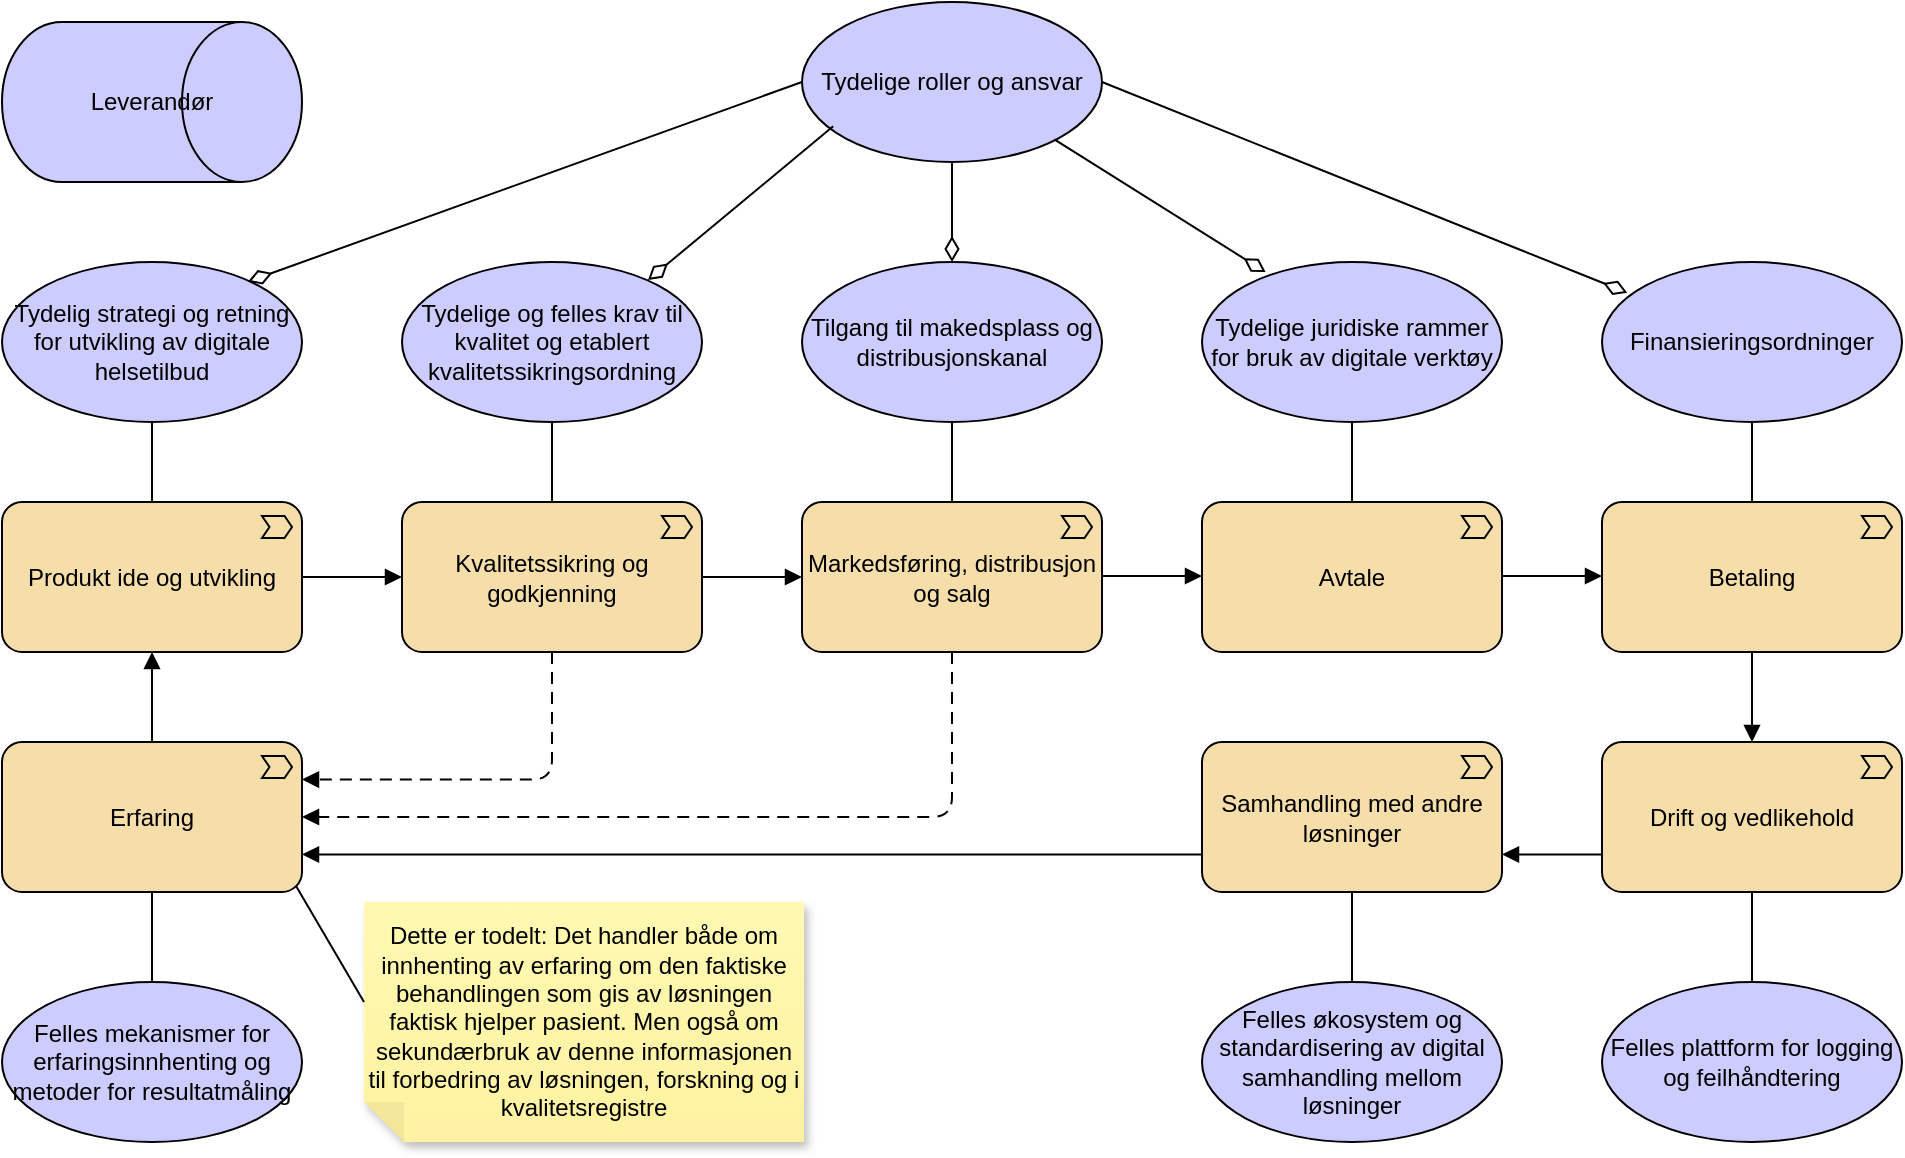
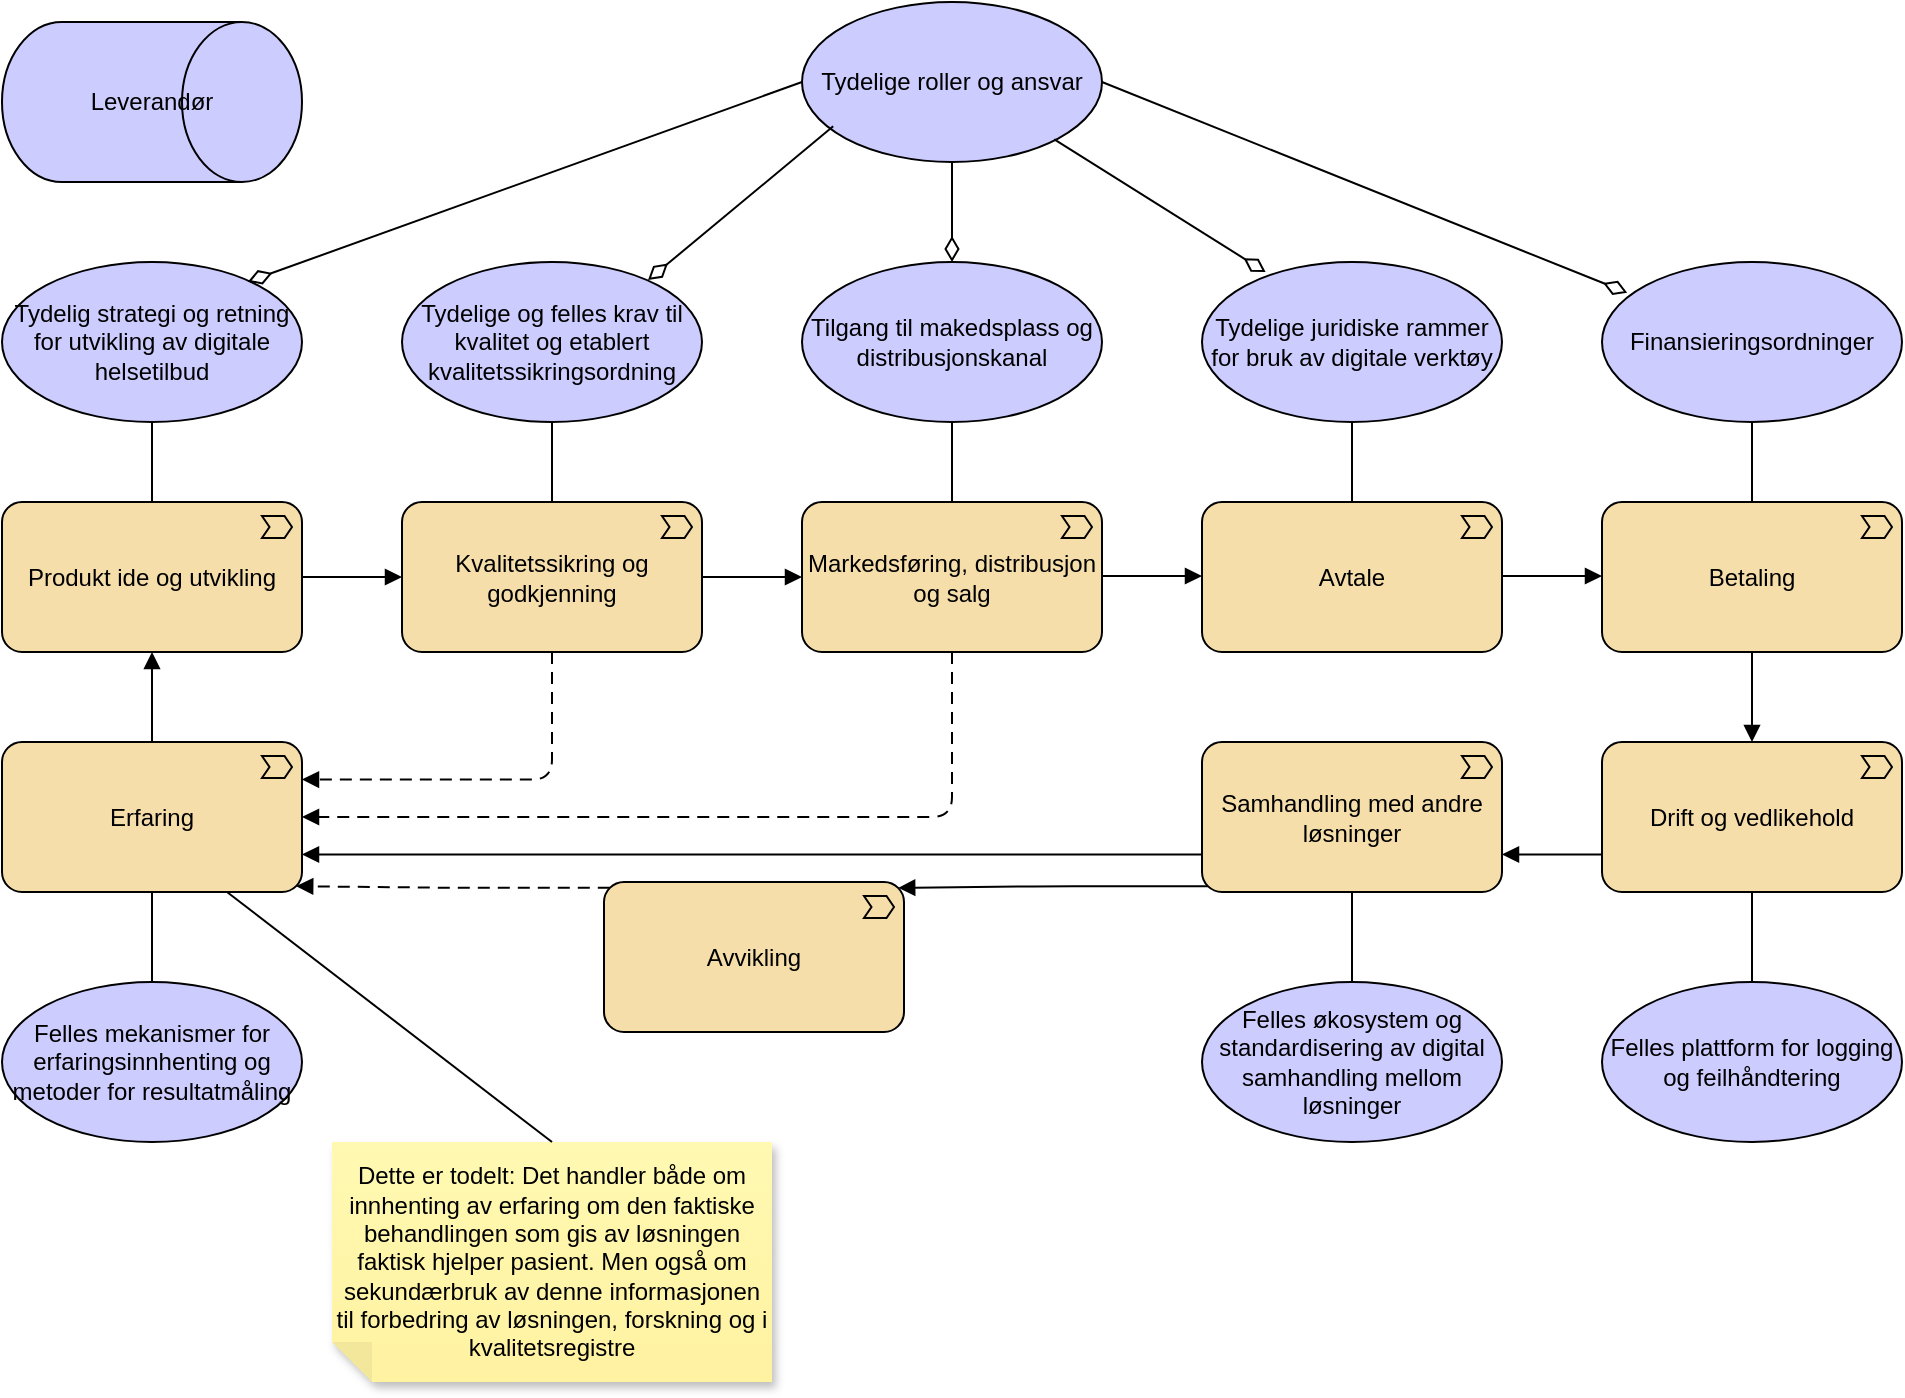
<mxfile host="65bd71144e">
    <diagram id="GwMaOcinR9aT1UnFt0KR" name="value-chain-produktutvikling">
-         <mxGraphModel dx="2158" dy="1678" grid="1" gridSize="10" guides="1" tooltips="1" connect="1" arrows="1" fold="1" page="1" pageScale="1" pageWidth="1169" pageHeight="827" math="0" shadow="0">
+         <mxGraphModel dx="980" dy="1540" grid="1" gridSize="10" guides="1" tooltips="1" connect="1" arrows="1" fold="1" page="1" pageScale="1" pageWidth="1169" pageHeight="827" math="0" shadow="0">
            <root>
                <mxCell id="0"/>
                <mxCell id="1" parent="0"/>
                <mxCell id="2" value="Produkt ide og utvikling" style="html=1;outlineConnect=0;whiteSpace=wrap;fillColor=#F5DEAA;shape=mxgraph.archimate3.application;appType=valueStream;archiType=rounded;" parent="1" vertex="1">
                    <mxGeometry x="19" y="160" width="150" height="75" as="geometry"/>
                </mxCell>
                <mxCell id="3" value="Kvalitetssikring og godkjenning" style="html=1;outlineConnect=0;whiteSpace=wrap;fillColor=#F5DEAA;shape=mxgraph.archimate3.application;appType=valueStream;archiType=rounded;" parent="1" vertex="1">
                    <mxGeometry x="219" y="160" width="150" height="75" as="geometry"/>
                </mxCell>
                <mxCell id="5" value="Markedsføring, distribusjon og salg" style="html=1;outlineConnect=0;whiteSpace=wrap;fillColor=#F5DEAA;shape=mxgraph.archimate3.application;appType=valueStream;archiType=rounded;" parent="1" vertex="1">
                    <mxGeometry x="419" y="160" width="150" height="75" as="geometry"/>
                </mxCell>
                <mxCell id="6" value="Avtale" style="html=1;outlineConnect=0;whiteSpace=wrap;fillColor=#F5DEAA;shape=mxgraph.archimate3.application;appType=valueStream;archiType=rounded;" parent="1" vertex="1">
                    <mxGeometry x="619" y="160" width="150" height="75" as="geometry"/>
                </mxCell>
                <mxCell id="7" value="Betaling" style="html=1;outlineConnect=0;whiteSpace=wrap;fillColor=#F5DEAA;shape=mxgraph.archimate3.application;appType=valueStream;archiType=rounded;" parent="1" vertex="1">
                    <mxGeometry x="819" y="160" width="150" height="75" as="geometry"/>
                </mxCell>
                <mxCell id="8" value="Drift og vedlikehold" style="html=1;outlineConnect=0;whiteSpace=wrap;fillColor=#F5DEAA;shape=mxgraph.archimate3.application;appType=valueStream;archiType=rounded;" parent="1" vertex="1">
                    <mxGeometry x="819" y="280" width="150" height="75" as="geometry"/>
                </mxCell>
                <mxCell id="9" value="Erfaring" style="html=1;outlineConnect=0;whiteSpace=wrap;fillColor=#F5DEAA;shape=mxgraph.archimate3.application;appType=valueStream;archiType=rounded;" parent="1" vertex="1">
                    <mxGeometry x="19" y="280" width="150" height="75" as="geometry"/>
                </mxCell>
                <mxCell id="10" value="" style="edgeStyle=orthogonalEdgeStyle;html=1;endArrow=block;dashed=0;elbow=vertical;endFill=1;exitX=1;exitY=0.5;exitDx=0;exitDy=0;exitPerimeter=0;entryX=0;entryY=0.5;entryDx=0;entryDy=0;entryPerimeter=0;" parent="1" source="2" target="3" edge="1">
                    <mxGeometry width="160" relative="1" as="geometry">
                        <mxPoint x="329" y="215" as="sourcePoint"/>
                        <mxPoint x="409" y="340" as="targetPoint"/>
                    </mxGeometry>
                </mxCell>
                <mxCell id="11" value="" style="html=1;endArrow=block;dashed=0;elbow=vertical;endFill=1;exitX=1;exitY=0.5;exitDx=0;exitDy=0;exitPerimeter=0;entryX=0;entryY=0.5;entryDx=0;entryDy=0;entryPerimeter=0;" parent="1" source="3" target="5" edge="1">
                    <mxGeometry width="160" relative="1" as="geometry">
                        <mxPoint x="179" y="208" as="sourcePoint"/>
                        <mxPoint x="229" y="208" as="targetPoint"/>
                    </mxGeometry>
                </mxCell>
                <mxCell id="12" value="" style="html=1;endArrow=block;dashed=0;elbow=vertical;endFill=1;exitX=1;exitY=0.5;exitDx=0;exitDy=0;exitPerimeter=0;entryX=0;entryY=0.5;entryDx=0;entryDy=0;entryPerimeter=0;" parent="1" edge="1">
                    <mxGeometry width="160" relative="1" as="geometry">
                        <mxPoint x="569" y="197" as="sourcePoint"/>
                        <mxPoint x="619" y="197" as="targetPoint"/>
                    </mxGeometry>
                </mxCell>
                <mxCell id="13" value="" style="html=1;endArrow=block;dashed=0;elbow=vertical;endFill=1;exitX=1;exitY=0.5;exitDx=0;exitDy=0;exitPerimeter=0;entryX=0;entryY=0.5;entryDx=0;entryDy=0;entryPerimeter=0;" parent="1" edge="1">
                    <mxGeometry width="160" relative="1" as="geometry">
                        <mxPoint x="769" y="197" as="sourcePoint"/>
                        <mxPoint x="819" y="197" as="targetPoint"/>
                    </mxGeometry>
                </mxCell>
                <mxCell id="14" value="" style="html=1;endArrow=block;dashed=0;elbow=vertical;endFill=1;exitX=0.5;exitY=1;exitDx=0;exitDy=0;exitPerimeter=0;entryX=0.5;entryY=0;entryDx=0;entryDy=0;entryPerimeter=0;" parent="1" source="7" target="8" edge="1">
                    <mxGeometry width="160" relative="1" as="geometry">
                        <mxPoint x="889" y="250" as="sourcePoint"/>
                        <mxPoint x="939" y="250" as="targetPoint"/>
                    </mxGeometry>
                </mxCell>
                <mxCell id="15" value="" style="html=1;endArrow=block;dashed=0;elbow=vertical;endFill=1;exitX=0;exitY=0.75;exitDx=0;exitDy=0;exitPerimeter=0;entryX=1;entryY=0.75;entryDx=0;entryDy=0;entryPerimeter=0;" parent="1" source="25" target="9" edge="1">
                    <mxGeometry width="160" relative="1" as="geometry">
                        <mxPoint x="409" y="238" as="sourcePoint"/>
                        <mxPoint x="459" y="238" as="targetPoint"/>
                    </mxGeometry>
                </mxCell>
                <mxCell id="16" value="" style="html=1;endArrow=block;dashed=0;elbow=vertical;endFill=1;exitX=0.5;exitY=0;exitDx=0;exitDy=0;exitPerimeter=0;entryX=0.5;entryY=1;entryDx=0;entryDy=0;entryPerimeter=0;" parent="1" source="9" target="2" edge="1">
                    <mxGeometry width="160" relative="1" as="geometry">
                        <mxPoint x="419" y="248" as="sourcePoint"/>
                        <mxPoint x="469" y="248" as="targetPoint"/>
                    </mxGeometry>
                </mxCell>
                <mxCell id="19" value="Tydelig strategi og retning for utvikling av digitale helsetilbud" style="shape=ellipse;html=1;whiteSpace=wrap;fillColor=#CCCCFF;" parent="1" vertex="1">
                    <mxGeometry x="19" y="40" width="150" height="80" as="geometry"/>
                </mxCell>
                <mxCell id="20" value="Tydelige og felles krav til kvalitet og etablert kvalitetssikringsordning" style="shape=ellipse;html=1;whiteSpace=wrap;fillColor=#CCCCFF;" parent="1" vertex="1">
                    <mxGeometry x="219" y="40" width="150" height="80" as="geometry"/>
                </mxCell>
                <mxCell id="21" value="Tilgang til makedsplass og distribusjonskanal" style="shape=ellipse;html=1;whiteSpace=wrap;fillColor=#CCCCFF;" parent="1" vertex="1">
                    <mxGeometry x="419" y="40" width="150" height="80" as="geometry"/>
                </mxCell>
                <mxCell id="22" value="Tydelige juridiske rammer for bruk av digitale verktøy" style="shape=ellipse;html=1;whiteSpace=wrap;fillColor=#CCCCFF;" parent="1" vertex="1">
                    <mxGeometry x="619" y="40" width="150" height="80" as="geometry"/>
                </mxCell>
                <mxCell id="23" value="Tydelige roller og ansvar" style="shape=ellipse;html=1;whiteSpace=wrap;fillColor=#CCCCFF;" parent="1" vertex="1">
                    <mxGeometry x="419" y="-90" width="150" height="80" as="geometry"/>
                </mxCell>
                <mxCell id="24" value="Finansieringsordninger" style="shape=ellipse;html=1;whiteSpace=wrap;fillColor=#CCCCFF;" parent="1" vertex="1">
                    <mxGeometry x="819" y="40" width="150" height="80" as="geometry"/>
                </mxCell>
                <mxCell id="26" value="" style="html=1;endArrow=block;dashed=0;elbow=vertical;endFill=1;exitX=0;exitY=0.75;exitDx=0;exitDy=0;exitPerimeter=0;entryX=1;entryY=0.75;entryDx=0;entryDy=0;entryPerimeter=0;" parent="1" source="8" target="25" edge="1">
                    <mxGeometry width="160" relative="1" as="geometry">
                        <mxPoint x="819" y="336" as="sourcePoint"/>
                        <mxPoint x="169" y="336" as="targetPoint"/>
                    </mxGeometry>
                </mxCell>
                <mxCell id="25" value="Samhandling med andre løsninger" style="html=1;outlineConnect=0;whiteSpace=wrap;fillColor=#F5DEAA;shape=mxgraph.archimate3.application;appType=valueStream;archiType=rounded;" parent="1" vertex="1">
                    <mxGeometry x="619" y="280" width="150" height="75" as="geometry"/>
                </mxCell>
                <mxCell id="27" value="Felles plattform for logging og feilhåndtering" style="shape=ellipse;html=1;whiteSpace=wrap;fillColor=#CCCCFF;" parent="1" vertex="1">
                    <mxGeometry x="819" y="400" width="150" height="80" as="geometry"/>
                </mxCell>
                <mxCell id="28" value="Felles økosystem og standardisering av digital samhandling mellom løsninger" style="shape=ellipse;html=1;whiteSpace=wrap;fillColor=#CCCCFF;" parent="1" vertex="1">
                    <mxGeometry x="619" y="400" width="150" height="80" as="geometry"/>
                </mxCell>
                <mxCell id="29" value="Felles mekanismer for erfaringsinnhenting og metoder for resultatmåling" style="shape=ellipse;html=1;whiteSpace=wrap;fillColor=#CCCCFF;" parent="1" vertex="1">
                    <mxGeometry x="19" y="400" width="150" height="80" as="geometry"/>
                </mxCell>
                <mxCell id="30" value="" style="edgeStyle=elbowEdgeStyle;html=1;endArrow=none;elbow=vertical;exitX=0.5;exitY=1;exitDx=0;exitDy=0;entryX=0.5;entryY=0;entryDx=0;entryDy=0;entryPerimeter=0;" parent="1" source="20" target="3" edge="1">
                    <mxGeometry width="160" relative="1" as="geometry">
                        <mxPoint x="740" y="350" as="sourcePoint"/>
                        <mxPoint x="900" y="350" as="targetPoint"/>
                    </mxGeometry>
                </mxCell>
                <mxCell id="31" value="" style="edgeStyle=elbowEdgeStyle;html=1;endArrow=none;elbow=vertical;entryX=0.5;entryY=1;entryDx=0;entryDy=0;" parent="1" target="19" edge="1">
                    <mxGeometry width="160" relative="1" as="geometry">
                        <mxPoint x="94" y="160" as="sourcePoint"/>
                        <mxPoint x="419" y="380" as="targetPoint"/>
                    </mxGeometry>
                </mxCell>
                <mxCell id="32" value="" style="edgeStyle=elbowEdgeStyle;html=1;endArrow=none;elbow=vertical;exitX=0.5;exitY=1;exitDx=0;exitDy=0;entryX=0.5;entryY=0;entryDx=0;entryDy=0;entryPerimeter=0;" parent="1" source="21" target="5" edge="1">
                    <mxGeometry width="160" relative="1" as="geometry">
                        <mxPoint x="304" y="130" as="sourcePoint"/>
                        <mxPoint x="304" y="170" as="targetPoint"/>
                    </mxGeometry>
                </mxCell>
                <mxCell id="33" value="" style="edgeStyle=elbowEdgeStyle;html=1;endArrow=none;elbow=vertical;exitX=0.5;exitY=1;exitDx=0;exitDy=0;entryX=0.5;entryY=0;entryDx=0;entryDy=0;entryPerimeter=0;" parent="1" source="22" target="6" edge="1">
                    <mxGeometry width="160" relative="1" as="geometry">
                        <mxPoint x="314" y="140" as="sourcePoint"/>
                        <mxPoint x="314" y="180" as="targetPoint"/>
                    </mxGeometry>
                </mxCell>
                <mxCell id="35" value="" style="edgeStyle=elbowEdgeStyle;html=1;endArrow=none;elbow=vertical;exitX=0.5;exitY=1;exitDx=0;exitDy=0;entryX=0.5;entryY=0;entryDx=0;entryDy=0;entryPerimeter=0;" parent="1" source="24" target="7" edge="1">
                    <mxGeometry width="160" relative="1" as="geometry">
                        <mxPoint x="334" y="160" as="sourcePoint"/>
                        <mxPoint x="970" y="200" as="targetPoint"/>
                    </mxGeometry>
                </mxCell>
                <mxCell id="36" value="" style="edgeStyle=elbowEdgeStyle;html=1;endArrow=none;elbow=vertical;exitX=0.5;exitY=0;exitDx=0;exitDy=0;entryX=0.5;entryY=1;entryDx=0;entryDy=0;entryPerimeter=0;" parent="1" source="27" target="8" edge="1">
                    <mxGeometry width="160" relative="1" as="geometry">
                        <mxPoint x="344" y="170" as="sourcePoint"/>
                        <mxPoint x="344" y="210" as="targetPoint"/>
                    </mxGeometry>
                </mxCell>
                <mxCell id="37" value="" style="edgeStyle=elbowEdgeStyle;html=1;endArrow=none;elbow=vertical;exitX=0.5;exitY=0;exitDx=0;exitDy=0;entryX=0.5;entryY=1;entryDx=0;entryDy=0;entryPerimeter=0;" parent="1" source="28" target="25" edge="1">
                    <mxGeometry width="160" relative="1" as="geometry">
                        <mxPoint x="354" y="180" as="sourcePoint"/>
                        <mxPoint x="680" y="370" as="targetPoint"/>
                    </mxGeometry>
                </mxCell>
                <mxCell id="38" value="" style="edgeStyle=elbowEdgeStyle;html=1;endArrow=none;elbow=vertical;exitX=0.5;exitY=1;exitDx=0;exitDy=0;entryX=0.5;entryY=0;entryDx=0;entryDy=0;exitPerimeter=0;" parent="1" source="9" target="29" edge="1">
                    <mxGeometry width="160" relative="1" as="geometry">
                        <mxPoint x="364" y="190" as="sourcePoint"/>
                        <mxPoint x="364" y="230" as="targetPoint"/>
                    </mxGeometry>
                </mxCell>
                <mxCell id="40" value="Leverandør" style="html=1;outlineConnect=0;whiteSpace=wrap;fillColor=#CCCCFF;shape=mxgraph.archimate3.role;" parent="1" vertex="1">
                    <mxGeometry x="19" y="-80" width="150" height="80" as="geometry"/>
                </mxCell>
                <mxCell id="41" value="Dette er todelt: Det handler både om innhenting av erfaring om den faktiske behandlingen som gis av løsningen faktisk hjelper pasient. Men også om sekundærbruk av denne informasjonen til forbedring av løsningen, forskning og i kvalitetsregistre" style="shape=note;whiteSpace=wrap;html=1;backgroundOutline=1;fontColor=#000000;darkOpacity=0.05;fillColor=#FFF9B2;strokeColor=none;fillStyle=solid;direction=west;gradientDirection=north;gradientColor=#FFF2A1;shadow=1;size=20;pointerEvents=1;" parent="1" vertex="1">
-                     <mxGeometry x="200" y="360" width="220" height="120" as="geometry"/>
-                 </mxCell>
-                 <mxCell id="42" value="" style="html=1;endArrow=none;elbow=vertical;exitX=1;exitY=1;exitDx=-2.9;exitDy=-2.9;entryX=0;entryY=0;entryDx=220;entryDy=70;exitPerimeter=0;entryPerimeter=0;" parent="1" source="9" target="41" edge="1">
+                     <mxGeometry x="184" y="480" width="220" height="120" as="geometry"/>
+                 </mxCell>
+                 <mxCell id="42" value="" style="html=1;endArrow=none;elbow=vertical;exitX=0.75;exitY=1;exitDx=0;exitDy=0;entryX=0.5;entryY=1;entryDx=0;entryDy=0;exitPerimeter=0;entryPerimeter=0;" parent="1" source="9" target="41" edge="1">
                    <mxGeometry width="160" relative="1" as="geometry">
                        <mxPoint x="104" y="365" as="sourcePoint"/>
                        <mxPoint x="104" y="410" as="targetPoint"/>
                    </mxGeometry>
                </mxCell>
                <mxCell id="44" value="" style="html=1;startArrow=diamondThin;startFill=0;elbow=vertical;startSize=10;endArrow=none;endFill=0;exitX=0.82;exitY=0.123;exitDx=0;exitDy=0;exitPerimeter=0;entryX=0;entryY=0.5;entryDx=0;entryDy=0;" parent="1" source="19" target="23" edge="1">
                    <mxGeometry width="160" relative="1" as="geometry">
                        <mxPoint x="560" y="250" as="sourcePoint"/>
                        <mxPoint x="720" y="250" as="targetPoint"/>
                    </mxGeometry>
                </mxCell>
                <mxCell id="45" value="" style="html=1;startArrow=diamondThin;startFill=0;elbow=vertical;startSize=10;endArrow=none;endFill=0;exitX=0.82;exitY=0.113;exitDx=0;exitDy=0;exitPerimeter=0;entryX=0.104;entryY=0.777;entryDx=0;entryDy=0;entryPerimeter=0;" parent="1" source="20" target="23" edge="1">
                    <mxGeometry width="160" relative="1" as="geometry">
                        <mxPoint x="152" y="60" as="sourcePoint"/>
                        <mxPoint x="430" y="-40" as="targetPoint"/>
                    </mxGeometry>
                </mxCell>
                <mxCell id="46" value="" style="html=1;startArrow=diamondThin;startFill=0;elbow=vertical;startSize=10;endArrow=none;endFill=0;exitX=0.5;exitY=0;exitDx=0;exitDy=0;entryX=0.5;entryY=1;entryDx=0;entryDy=0;" parent="1" source="21" target="23" edge="1">
                    <mxGeometry width="160" relative="1" as="geometry">
                        <mxPoint x="162" y="70" as="sourcePoint"/>
                        <mxPoint x="440" y="-30" as="targetPoint"/>
                    </mxGeometry>
                </mxCell>
                <mxCell id="47" value="" style="html=1;startArrow=diamondThin;startFill=0;elbow=vertical;startSize=10;endArrow=none;endFill=0;exitX=0.212;exitY=0.063;exitDx=0;exitDy=0;exitPerimeter=0;entryX=0.841;entryY=0.858;entryDx=0;entryDy=0;entryPerimeter=0;" parent="1" source="22" target="23" edge="1">
                    <mxGeometry width="160" relative="1" as="geometry">
                        <mxPoint x="172" y="80" as="sourcePoint"/>
                        <mxPoint x="450" y="-20" as="targetPoint"/>
                    </mxGeometry>
                </mxCell>
                <mxCell id="48" value="" style="html=1;startArrow=diamondThin;startFill=0;elbow=vertical;startSize=10;endArrow=none;endFill=0;exitX=0.084;exitY=0.192;exitDx=0;exitDy=0;exitPerimeter=0;entryX=1;entryY=0.5;entryDx=0;entryDy=0;" parent="1" source="24" target="23" edge="1">
                    <mxGeometry width="160" relative="1" as="geometry">
                        <mxPoint x="182" y="90" as="sourcePoint"/>
                        <mxPoint x="460" y="-10" as="targetPoint"/>
                    </mxGeometry>
                </mxCell>
                <mxCell id="49" value="" style="edgeStyle=orthogonalEdgeStyle;html=1;endArrow=block;dashed=1;elbow=vertical;endFill=1;dashPattern=6 4;exitX=0.5;exitY=1;exitDx=0;exitDy=0;exitPerimeter=0;entryX=1;entryY=0.25;entryDx=0;entryDy=0;entryPerimeter=0;" parent="1" source="3" target="9" edge="1">
                    <mxGeometry width="160" relative="1" as="geometry">
                        <mxPoint x="500" y="210" as="sourcePoint"/>
                        <mxPoint x="660" y="210" as="targetPoint"/>
                    </mxGeometry>
                </mxCell>
                <mxCell id="50" value="" style="edgeStyle=orthogonalEdgeStyle;html=1;endArrow=block;dashed=1;elbow=vertical;endFill=1;dashPattern=6 4;exitX=0.5;exitY=1;exitDx=0;exitDy=0;exitPerimeter=0;entryX=1;entryY=0.5;entryDx=0;entryDy=0;entryPerimeter=0;" parent="1" source="5" target="9" edge="1">
+                     <mxGeometry width="160" relative="1" as="geometry">
+                         <mxPoint x="304" y="245" as="sourcePoint"/>
+                         <mxPoint x="179" y="309" as="targetPoint"/>
+                     </mxGeometry>
+                 </mxCell>
+                 <mxCell id="51" value="Avvikling" style="html=1;outlineConnect=0;whiteSpace=wrap;fillColor=#F5DEAA;shape=mxgraph.archimate3.application;appType=valueStream;archiType=rounded;" vertex="1" parent="1">
+                     <mxGeometry x="320" y="350" width="150" height="75" as="geometry"/>
+                 </mxCell>
+                 <mxCell id="52" value="" style="html=1;endArrow=block;dashed=0;elbow=vertical;endFill=1;entryX=1;entryY=0;entryDx=-2.9;entryDy=2.9;entryPerimeter=0;exitX=0;exitY=1;exitDx=2.9;exitDy=-2.9;exitPerimeter=0;edgeStyle=orthogonalEdgeStyle;" edge="1" parent="1" source="25" target="51">
+                     <mxGeometry width="160" relative="1" as="geometry">
+                         <mxPoint x="620" y="350" as="sourcePoint"/>
+                         <mxPoint x="179" y="346" as="targetPoint"/>
+                     </mxGeometry>
+                 </mxCell>
+                 <mxCell id="53" value="" style="edgeStyle=orthogonalEdgeStyle;html=1;endArrow=block;dashed=1;elbow=vertical;endFill=1;dashPattern=6 4;exitX=0;exitY=0;exitDx=2.9;exitDy=2.9;exitPerimeter=0;entryX=1;entryY=1;entryDx=-2.9;entryDy=-2.9;entryPerimeter=0;" edge="1" parent="1" source="51" target="9">
                    <mxGeometry width="160" relative="1" as="geometry">
                        <mxPoint x="304" y="245" as="sourcePoint"/>
                        <mxPoint x="179" y="309" as="targetPoint"/>
                    </mxGeometry>
                </mxCell>
            </root>
        </mxGraphModel>
    </diagram>
</mxfile>